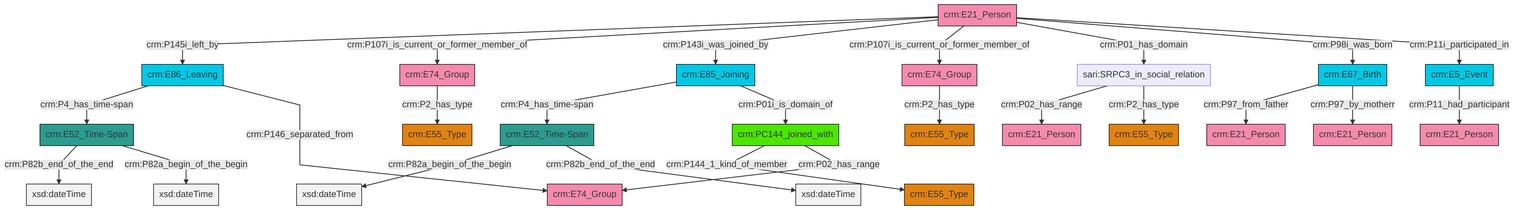
The Mermaid diagram et/personCSV/ttl/mmd/png/Person_Actor_Relations.png in swiss-art-research-net/reference-data-models, before a commit. Its source is kept beside it as et/personCSV/ttl/mmd/Person_Actor_Relations.ttl.mmd.
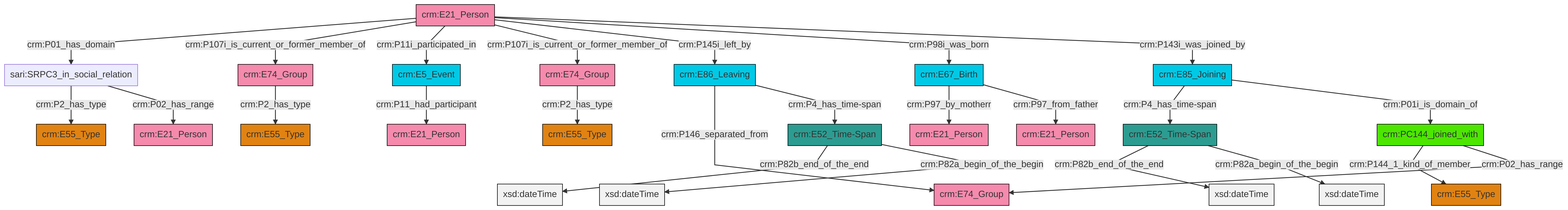
The same file after the commit.

The edit, as a diff of the source:
```diff
@@ -13,27 +13,27 @@
 classDef PC_Classes fill:#4ce600, stroke:#000000;
 classDef Multi fill:#cccccc,stroke:#000000;
 
-0["crm:E67_Birth"]:::Temporal_Entity -->|crm:P97_from_father| 6["crm:E21_Person"]:::Actor
-9["crm:E86_Leaving"]:::Temporal_Entity -->|crm:P4_has_time-span| 10["crm:E52_Time-Span"]:::Time-Span
-2["sari:SRPC3_in_social_relation"]:::Default -->|crm:P02_has_range| 11["crm:E21_Person"]:::Actor
-12["crm:E21_Person"]:::Actor -->|crm:P145i_left_by| 9["crm:E86_Leaving"]:::Temporal_Entity
-12["crm:E21_Person"]:::Actor -->|crm:P107i_is_current_or_former_member_of| 13["crm:E74_Group"]:::Actor
-14["crm:E74_Group"]:::Actor -->|crm:P2_has_type| 4["crm:E55_Type"]:::Type
-7["crm:E85_Joining"]:::Temporal_Entity -->|crm:P4_has_time-span| 15["crm:E52_Time-Span"]:::Time-Span
-12["crm:E21_Person"]:::Actor -->|crm:P143i_was_joined_by| 7["crm:E85_Joining"]:::Temporal_Entity
-0["crm:E67_Birth"]:::Temporal_Entity -->|crm:P97_by_motherr| 21["crm:E21_Person"]:::Actor
-9["crm:E86_Leaving"]:::Temporal_Entity -->|crm:P146_separated_from| 24["crm:E74_Group"]:::Actor
-10["crm:E52_Time-Span"]:::Time-Span -->|crm:P82b_end_of_the_end| 25[xsd:dateTime]:::Literal
-12["crm:E21_Person"]:::Actor -->|crm:P107i_is_current_or_former_member_of| 14["crm:E74_Group"]:::Actor
-2["sari:SRPC3_in_social_relation"]:::Default -->|crm:P2_has_type| 26["crm:E55_Type"]:::Type
-12["crm:E21_Person"]:::Actor -->|crm:P01_has_domain| 2["sari:SRPC3_in_social_relation"]:::Default
-12["crm:E21_Person"]:::Actor -->|crm:P98i_was_born| 0["crm:E67_Birth"]:::Temporal_Entity
-15["crm:E52_Time-Span"]:::Time-Span -->|crm:P82a_begin_of_the_begin| 31[xsd:dateTime]:::Literal
-13["crm:E74_Group"]:::Actor -->|crm:P2_has_type| 16["crm:E55_Type"]:::Type
-10["crm:E52_Time-Span"]:::Time-Span -->|crm:P82a_begin_of_the_begin| 34[xsd:dateTime]:::Literal
-35["crm:PC144_joined_with"]:::PC_Classes -->|crm:P144_1_kind_of_member| 18["crm:E55_Type"]:::Type
-35["crm:PC144_joined_with"]:::PC_Classes -->|crm:P02_has_range| 24["crm:E74_Group"]:::Actor
-12["crm:E21_Person"]:::Actor -->|crm:P11i_participated_in| 42["crm:E5_Event"]:::Temporal_Entity
-7["crm:E85_Joining"]:::Temporal_Entity -->|crm:P01i_is_domain_of| 35["crm:PC144_joined_with"]:::PC_Classes
-42["crm:E5_Event"]:::Temporal_Entity -->|crm:P11_had_participant| 29["crm:E21_Person"]:::Actor
-15["crm:E52_Time-Span"]:::Time-Span -->|crm:P82b_end_of_the_end| 45[xsd:dateTime]:::Literal
+6["crm:PC144_joined_with"]:::PC_Classes -->|crm:P144_1_kind_of_member| 7["crm:E55_Type"]:::Type
+12["crm:E86_Leaving"]:::Temporal_Entity -->|crm:P146_separated_from| 13["crm:E74_Group"]:::Actor
+16["crm:E52_Time-Span"]:::Time-Span -->|crm:P82b_end_of_the_end| 18[xsd:dateTime]:::Literal
+19["crm:E21_Person"]:::Actor -->|crm:P01_has_domain| 2["sari:SRPC3_in_social_relation"]:::Default
+19["crm:E21_Person"]:::Actor -->|crm:P107i_is_current_or_former_member_of| 0["crm:E74_Group"]:::Actor
+22["crm:E5_Event"]:::Temporal_Entity -->|crm:P11_had_participant| 20["crm:E21_Person"]:::Actor
+16["crm:E52_Time-Span"]:::Time-Span -->|crm:P82a_begin_of_the_begin| 27[xsd:dateTime]:::Literal
+30["crm:E74_Group"]:::Actor -->|crm:P2_has_type| 31["crm:E55_Type"]:::Type
+19["crm:E21_Person"]:::Actor -->|crm:P11i_participated_in| 22["crm:E5_Event"]:::Temporal_Entity
+28["crm:E52_Time-Span"]:::Time-Span -->|crm:P82b_end_of_the_end| 32[xsd:dateTime]:::Literal
+19["crm:E21_Person"]:::Actor -->|crm:P107i_is_current_or_former_member_of| 30["crm:E74_Group"]:::Actor
+12["crm:E86_Leaving"]:::Temporal_Entity -->|crm:P4_has_time-span| 28["crm:E52_Time-Span"]:::Time-Span
+19["crm:E21_Person"]:::Actor -->|crm:P145i_left_by| 12["crm:E86_Leaving"]:::Temporal_Entity
+19["crm:E21_Person"]:::Actor -->|crm:P98i_was_born| 23["crm:E67_Birth"]:::Temporal_Entity
+2["sari:SRPC3_in_social_relation"]:::Default -->|crm:P2_has_type| 36["crm:E55_Type"]:::Type
+2["sari:SRPC3_in_social_relation"]:::Default -->|crm:P02_has_range| 14["crm:E21_Person"]:::Actor
+23["crm:E67_Birth"]:::Temporal_Entity -->|crm:P97_by_motherr| 10["crm:E21_Person"]:::Actor
+6["crm:PC144_joined_with"]:::PC_Classes -->|crm:P02_has_range| 13["crm:E74_Group"]:::Actor
+28["crm:E52_Time-Span"]:::Time-Span -->|crm:P82a_begin_of_the_begin| 37[xsd:dateTime]:::Literal
+19["crm:E21_Person"]:::Actor -->|crm:P143i_was_joined_by| 8["crm:E85_Joining"]:::Temporal_Entity
+0["crm:E74_Group"]:::Actor -->|crm:P2_has_type| 4["crm:E55_Type"]:::Type
+8["crm:E85_Joining"]:::Temporal_Entity -->|crm:P4_has_time-span| 16["crm:E52_Time-Span"]:::Time-Span
+8["crm:E85_Joining"]:::Temporal_Entity -->|crm:P01i_is_domain_of| 6["crm:PC144_joined_with"]:::PC_Classes
+23["crm:E67_Birth"]:::Temporal_Entity -->|crm:P97_from_father| 25["crm:E21_Person"]:::Actor
```
